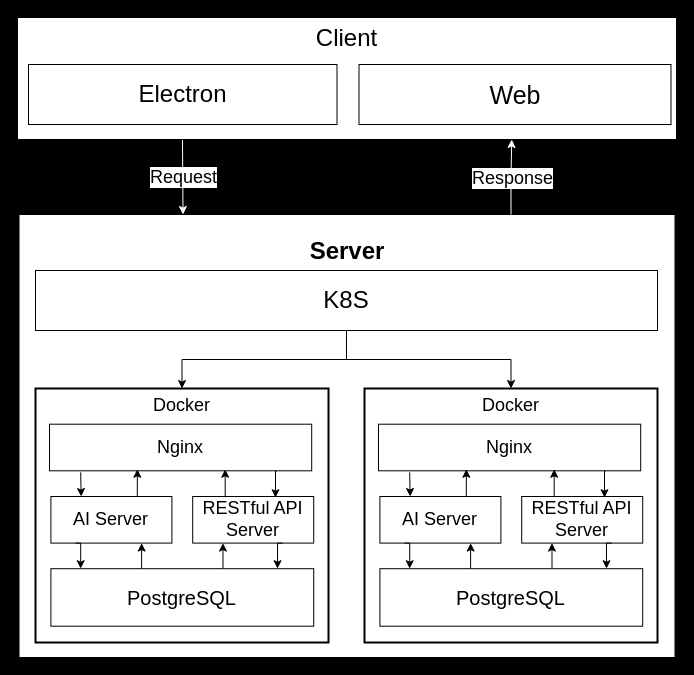
Above: pic1_multi.drawio in karta2341940/ch (draw.io), before the change. Source tidied: cells renumbered, new cells numbered last; positions are measured from the earlier drawing's top-left corner, leaving out a move shared by most shapes. Both pictures are drawn from the tidied source at 100%, with x=0, y=0 at pixel (17, 17).
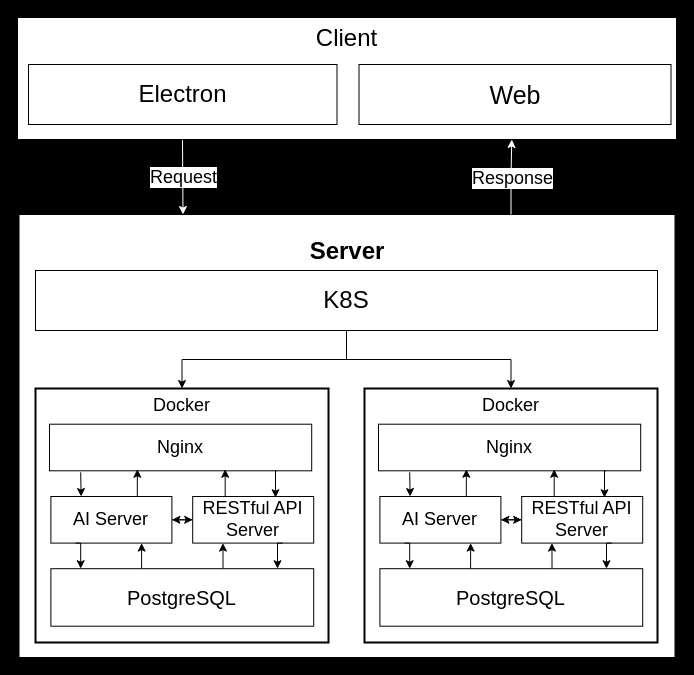
The same diagram, later.

Unchanged cells that the change refers to:
```xml
<mxCell id="3" style="group;" parent="1" vertex="1">
  <mxGeometry x="18" y="371" width="293" height="254" as="geometry" />
</mxCell>
<mxCell id="6" value="&lt;font style=&quot;font-size: 18px;&quot;&gt;RESTful API Server&lt;/font&gt;" style="rounded=0;whiteSpace=wrap;html=1;" parent="3" vertex="1">
  <mxGeometry x="157.2" y="108" width="121" height="46.6" as="geometry" />
</mxCell>
<mxCell id="7" value="&lt;font style=&quot;font-size: 18px;&quot;&gt;AI Server&lt;/font&gt;" style="rounded=0;whiteSpace=wrap;html=1;" parent="3" vertex="1">
  <mxGeometry x="15.4" y="108" width="121" height="46.6" as="geometry" />
</mxCell>
<mxCell id="17" style="group;" parent="1" vertex="1">
  <mxGeometry x="347" y="371" width="293" height="254" as="geometry" />
</mxCell>
<mxCell id="20" value="&lt;font style=&quot;font-size: 18px;&quot;&gt;RESTful API Server&lt;/font&gt;" style="rounded=0;whiteSpace=wrap;html=1;" parent="17" vertex="1">
  <mxGeometry x="157.2" y="108" width="121" height="46.6" as="geometry" />
</mxCell>
<mxCell id="21" value="&lt;font style=&quot;font-size: 18px;&quot;&gt;AI Server&lt;/font&gt;" style="rounded=0;whiteSpace=wrap;html=1;" parent="17" vertex="1">
  <mxGeometry x="15.4" y="108" width="121" height="46.6" as="geometry" />
</mxCell>
```

The edit, as a diff of the source:
```diff
@@
+    <mxCell id="42" style="edgeStyle=orthogonalEdgeStyle;rounded=0;jettySize=auto;html=1;exitX=0;exitY=0.5;exitDx=0;exitDy=0;entryX=1;entryY=0.5;entryDx=0;entryDy=0;" parent="3" edge="1" source="6" target="7">
+      <mxGeometry relative="1" as="geometry" />
+    </mxCell>
@@
+    <mxCell id="43" style="edgeStyle=orthogonalEdgeStyle;rounded=0;jettySize=auto;html=1;exitX=1;exitY=0.5;exitDx=0;exitDy=0;entryX=0;entryY=0.5;entryDx=0;entryDy=0;" parent="3" edge="1" source="7" target="6">
+      <mxGeometry relative="1" as="geometry" />
+    </mxCell>
@@
+    <mxCell id="44" style="edgeStyle=orthogonalEdgeStyle;rounded=0;jettySize=auto;html=1;exitX=0;exitY=0.5;exitDx=0;exitDy=0;entryX=1;entryY=0.5;entryDx=0;entryDy=0;" parent="17" edge="1" source="20" target="21">
+      <mxGeometry relative="1" as="geometry" />
+    </mxCell>
@@
+    <mxCell id="45" style="edgeStyle=orthogonalEdgeStyle;rounded=0;jettySize=auto;html=1;exitX=1;exitY=0.5;exitDx=0;exitDy=0;entryX=0;entryY=0.5;entryDx=0;entryDy=0;" parent="17" edge="1" source="21" target="20">
+      <mxGeometry relative="1" as="geometry" />
+    </mxCell>
```
